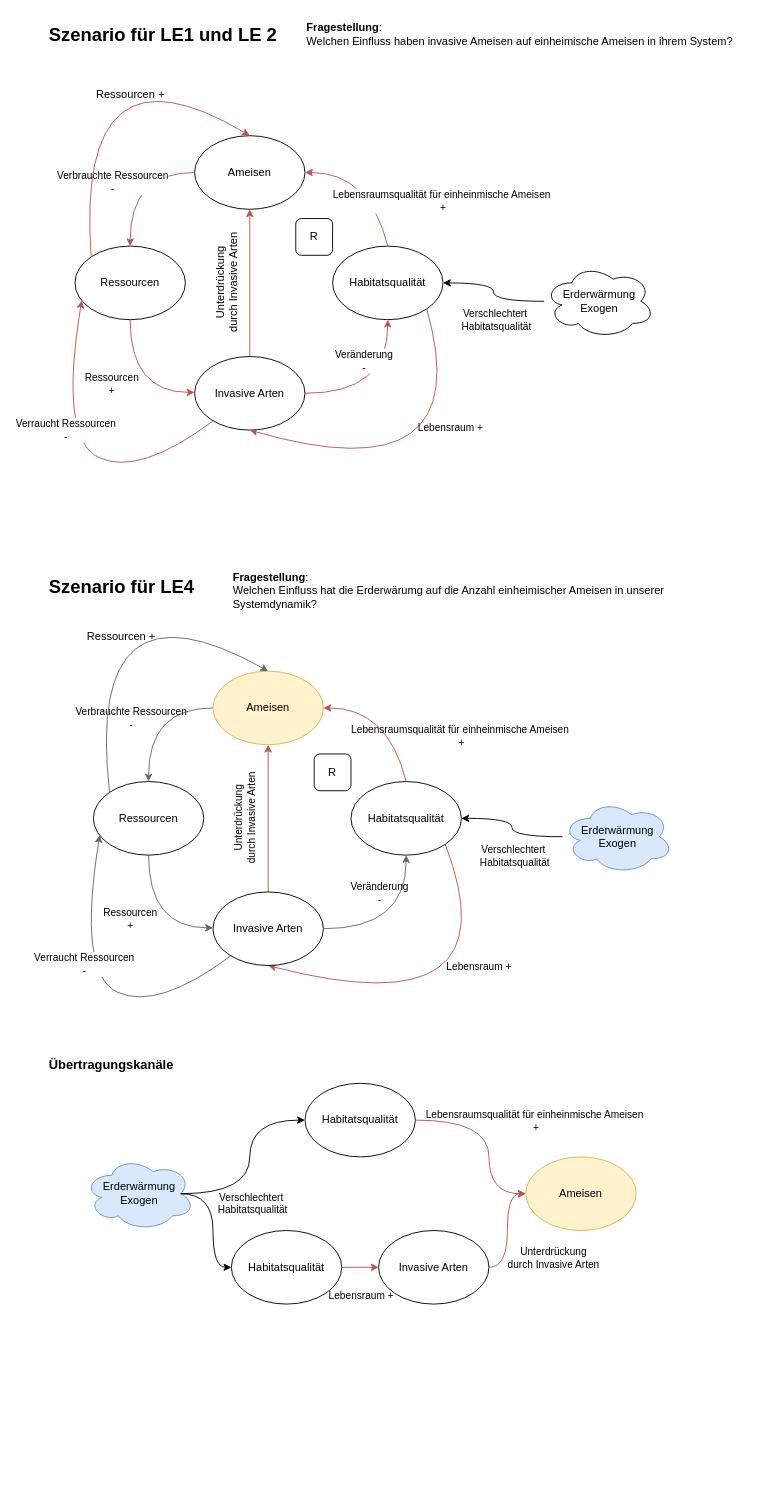
The draw.io diagram SystemModellierungen_&_LE1/Causal_loop_Simplified.drawio in c4-hash/mss_ameisen, before the edit. Source tidied: cells renumbered, new cells numbered last; positions are measured from the earlier drawing's top-left corner, leaving out a move shared by most shapes. Both pictures are drawn from the tidied source at 92%, with x=0, y=0 at pixel (47, 16).
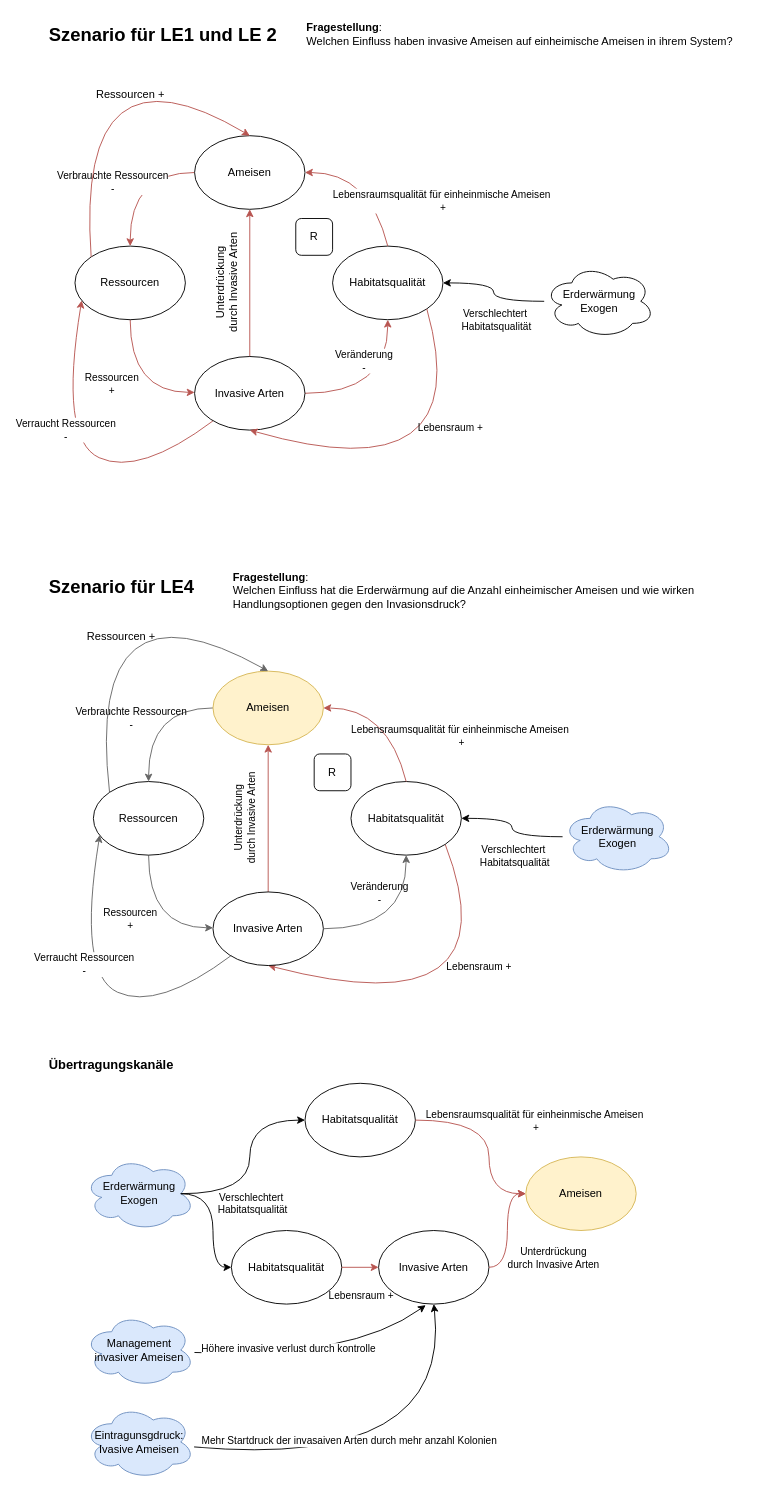
After the change.

Unchanged cells that the change refers to:
```xml
<mxCell id="48" value="Invasive Arten" style="ellipse;whiteSpace=wrap;html=1;" parent="1" vertex="1">
  <mxGeometry x="360" y="1320" width="120" height="80" as="geometry" />
</mxCell>
```

The edit, as a diff of the source:
```diff
@@
-    <mxCell id="65" value="&lt;b&gt;Fragestellung&lt;/b&gt;:&amp;nbsp;&lt;br&gt;&lt;div&gt;Welchen Einfluss hat die Erderwärumg auf die Anzahl einheimischer Ameisen in unserer Systemdynamik?&lt;/div&gt;" style="text;html=1;whiteSpace=wrap;strokeColor=none;fillColor=none;align=left;verticalAlign=middle;rounded=0;" parent="1" vertex="1">
+    <mxCell id="65" value="&lt;b&gt;Fragestellung&lt;/b&gt;:&amp;nbsp;&lt;br&gt;&lt;div&gt;Welchen Einfluss hat die Erderwärmung auf die Anzahl einheimischer Ameisen und wie wirken Handlungsoptionen gegen den Invasionsdruck?&lt;/div&gt;" style="text;html=1;whiteSpace=wrap;strokeColor=none;fillColor=none;align=left;verticalAlign=middle;rounded=0;" parent="1" vertex="1">
       <mxGeometry x="200" y="600" width="520" height="50" as="geometry" />
     </mxCell>
@@
+    <mxCell id="69" value="Management invasiver Ameisen" style="ellipse;shape=cloud;whiteSpace=wrap;html=1;fillColor=#dae8fc;strokeColor=#6c8ebf;" parent="1" vertex="1">
+      <mxGeometry x="40" y="1410" width="120" height="80" as="geometry" />
+    </mxCell>
+    <mxCell id="70" style="edgeStyle=none;html=1;entryX=0.5;entryY=1;entryDx=0;entryDy=0;rounded=0;curved=1;" parent="1" edge="1" source="72" target="48">
+      <mxGeometry relative="1" as="geometry">
+        <Array as="points">
+          <mxPoint x="440" y="1580" />
+        </Array>
+      </mxGeometry>
+    </mxCell>
+    <mxCell id="71" value="Mehr Startdruck der invasaiven Arten durch mehr anzahl Kolonien" style="edgeLabel;html=1;align=center;verticalAlign=middle;" parent="70" vertex="1">
+      <mxGeometry x="-0.28" y="22" relative="1" as="geometry" />
+    </mxCell>
+    <mxCell id="72" value="Eintragunsgdruck:&lt;div&gt;Ivasive Ameisen&lt;/div&gt;" style="ellipse;shape=cloud;whiteSpace=wrap;html=1;fillColor=#dae8fc;strokeColor=#6c8ebf;" parent="1" vertex="1">
+      <mxGeometry x="40" y="1510" width="120" height="80" as="geometry" />
+    </mxCell>
+    <mxCell id="73" style="edgeStyle=none;html=1;entryX=0.427;entryY=1.014;entryDx=0;entryDy=0;entryPerimeter=0;rounded=0;curved=1;" parent="1" edge="1" source="69" target="48">
+      <mxGeometry relative="1" as="geometry">
+        <Array as="points">
+          <mxPoint x="330" y="1460" />
+        </Array>
+      </mxGeometry>
+    </mxCell>
+    <mxCell id="74" value="Höhere invasive verlust durch kontrolle" style="edgeLabel;html=1;align=center;verticalAlign=middle;" parent="73" vertex="1">
+      <mxGeometry x="-0.25" y="8" relative="1" as="geometry" />
+    </mxCell>
```
